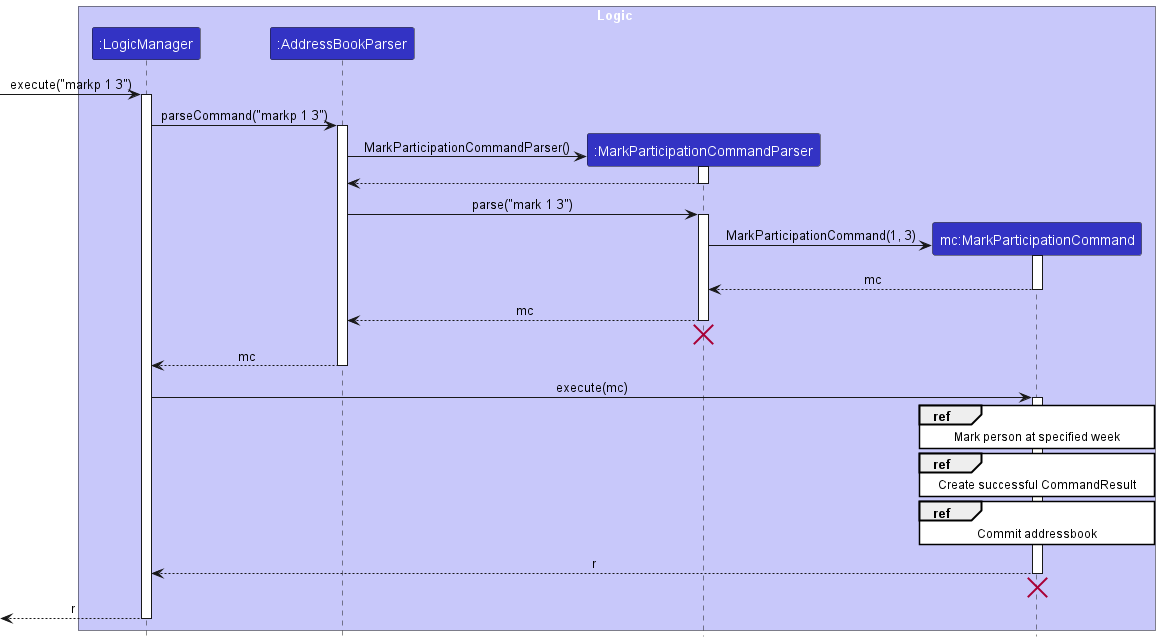
Before: docs/assets/dg/MarkParticipationSequenceDiagram.png, a diagram exported from PlantUML (shamesjen/tp).
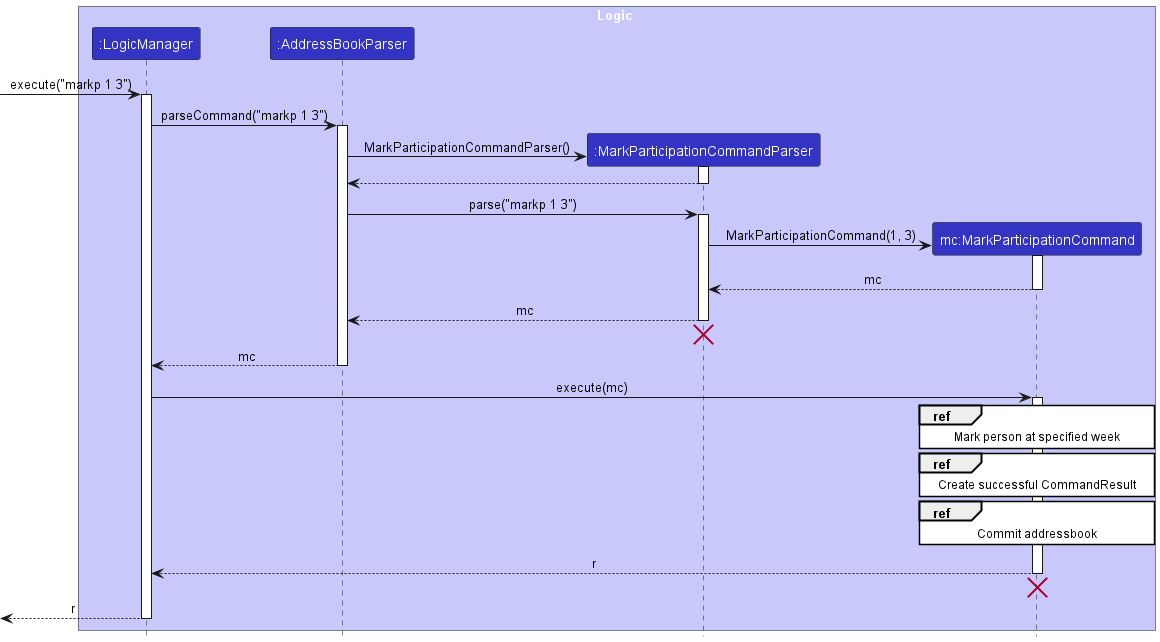
Later version of the same file.

Diff of the diagram source:
```diff
@@ -23,7 +23,7 @@
 MarkParticipationCommandParser --> AddressBookParser
 deactivate MarkParticipationCommandParser
 
-AddressBookParser -> MarkParticipationCommandParser : parse("mark 1 3")
+AddressBookParser -> MarkParticipationCommandParser : parse("markp 1 3")
 activate MarkParticipationCommandParser
 
 create MarkParticipationCommand
```
